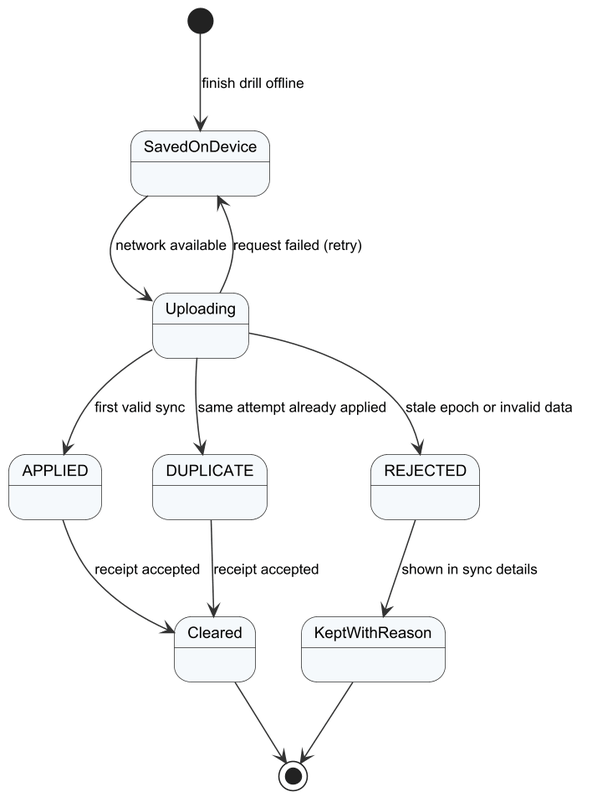
The PlantUML diagram Doc/Project_report/Report/diagrams/png/r4_sm_offline.png in Tad-Min/PickleVerse, before a commit. Its diagram source:
```plantuml
@startuml r4_sm_offline
!include _style.iuml
[*] --> SavedOnDevice : finish drill offline
SavedOnDevice --> Uploading : network available
Uploading --> APPLIED : first valid sync
Uploading --> DUPLICATE : same attempt already applied
Uploading --> REJECTED : stale epoch or invalid data
Uploading --> SavedOnDevice : request failed (retry)
APPLIED --> Cleared : receipt accepted
DUPLICATE --> Cleared : receipt accepted
REJECTED --> KeptWithReason : shown in sync details
Cleared --> [*]
KeptWithReason --> [*]
@enduml
```
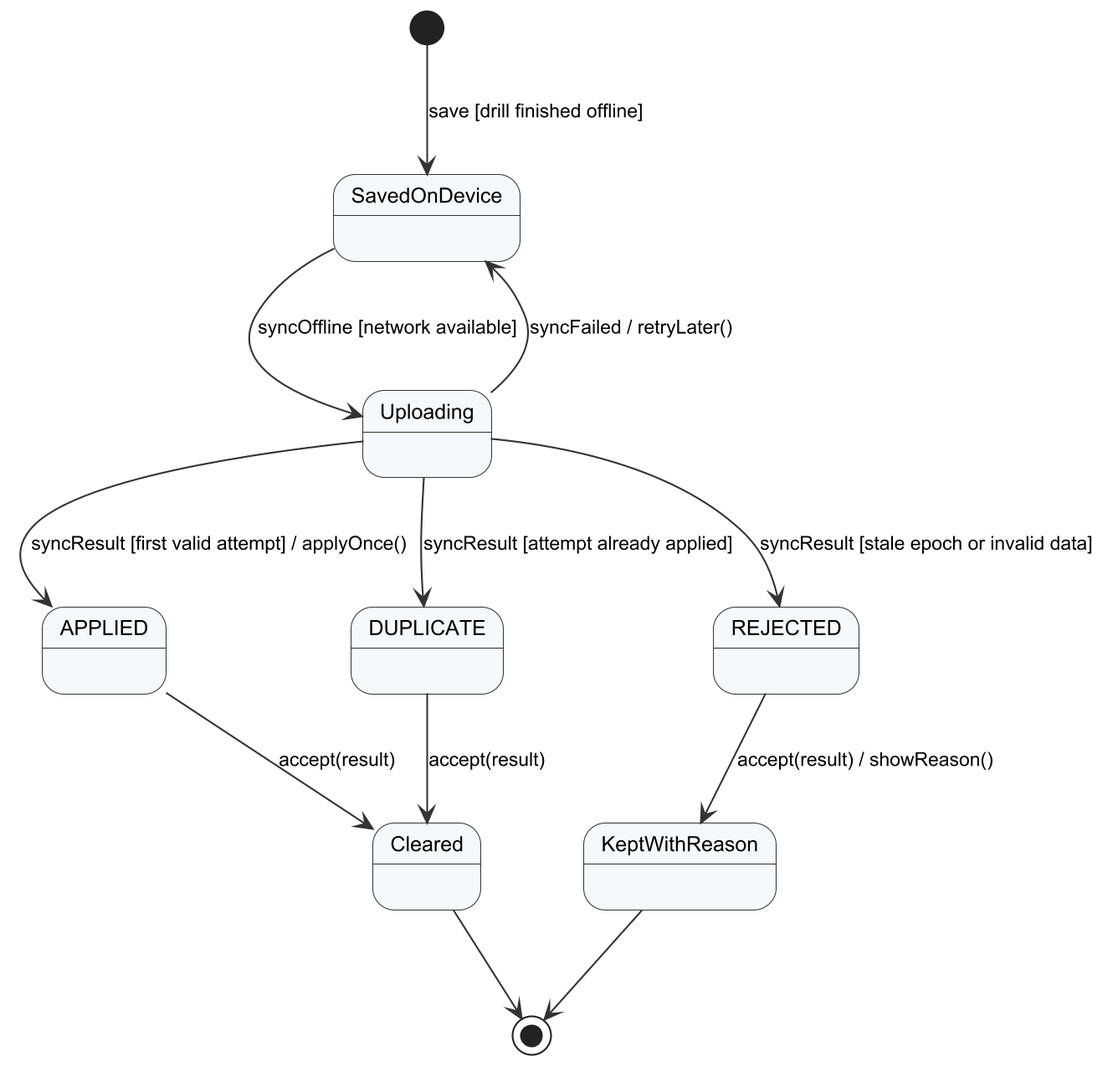
The same file after the commit.

What changed in the source:
```diff
@@ -1,14 +1,14 @@
 @startuml r4_sm_offline
 !include _style.iuml
-[*] --> SavedOnDevice : finish drill offline
-SavedOnDevice --> Uploading : network available
-Uploading --> APPLIED : first valid sync
-Uploading --> DUPLICATE : same attempt already applied
-Uploading --> REJECTED : stale epoch or invalid data
-Uploading --> SavedOnDevice : request failed (retry)
-APPLIED --> Cleared : receipt accepted
-DUPLICATE --> Cleared : receipt accepted
-REJECTED --> KeptWithReason : shown in sync details
+[*] --> SavedOnDevice : save [drill finished offline]
+SavedOnDevice --> Uploading : syncOffline [network available]
+Uploading --> APPLIED : syncResult [first valid attempt] / applyOnce()
+Uploading --> DUPLICATE : syncResult [attempt already applied]
+Uploading --> REJECTED : syncResult [stale epoch or invalid data]
+Uploading --> SavedOnDevice : syncFailed / retryLater()
+APPLIED --> Cleared : accept(result)
+DUPLICATE --> Cleared : accept(result)
+REJECTED --> KeptWithReason : accept(result) / showReason()
 Cleared --> [*]
 KeptWithReason --> [*]
 @enduml
```
